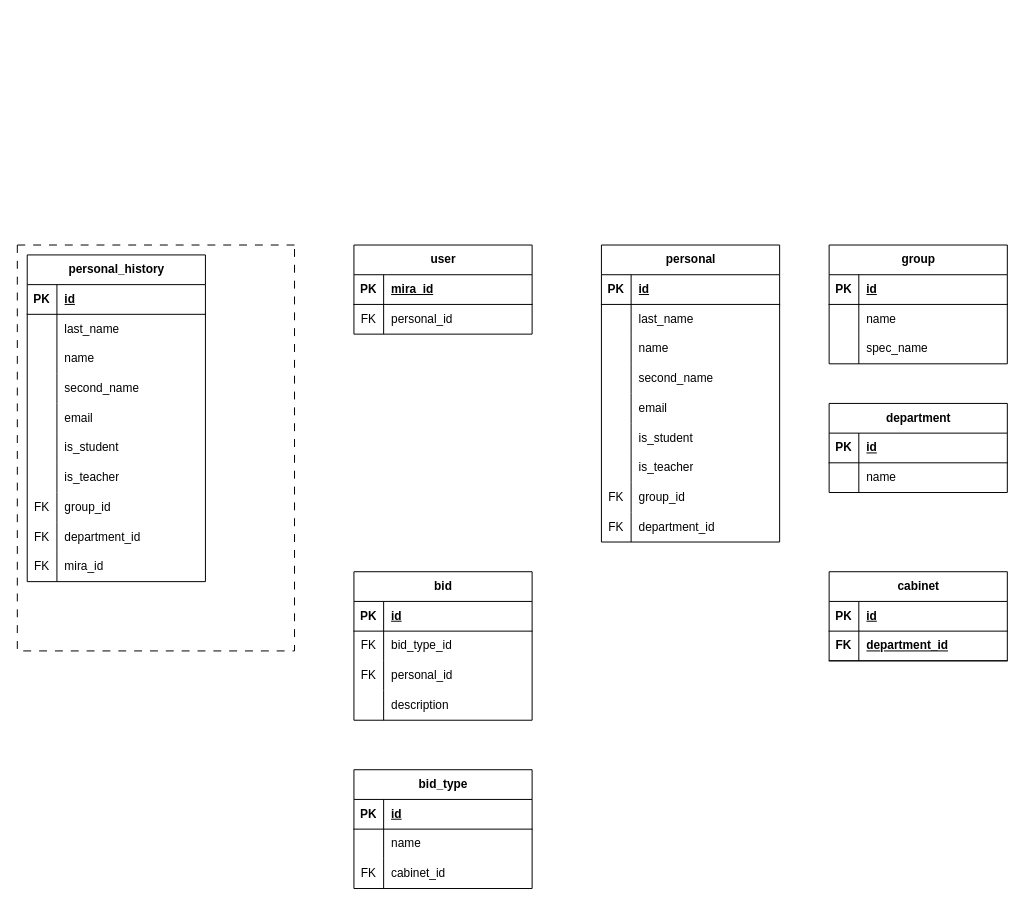
Before: support_enitity.drawio in RiotRebellion/drawio-assets, a draw.io diagram. Source tidied: cells renumbered, new cells numbered last; positions are measured from the earlier drawing's top-left corner, leaving out a move shared by most shapes. Both pictures are drawn from the tidied source at 99%, with x=0, y=0 at pixel (17, 245).
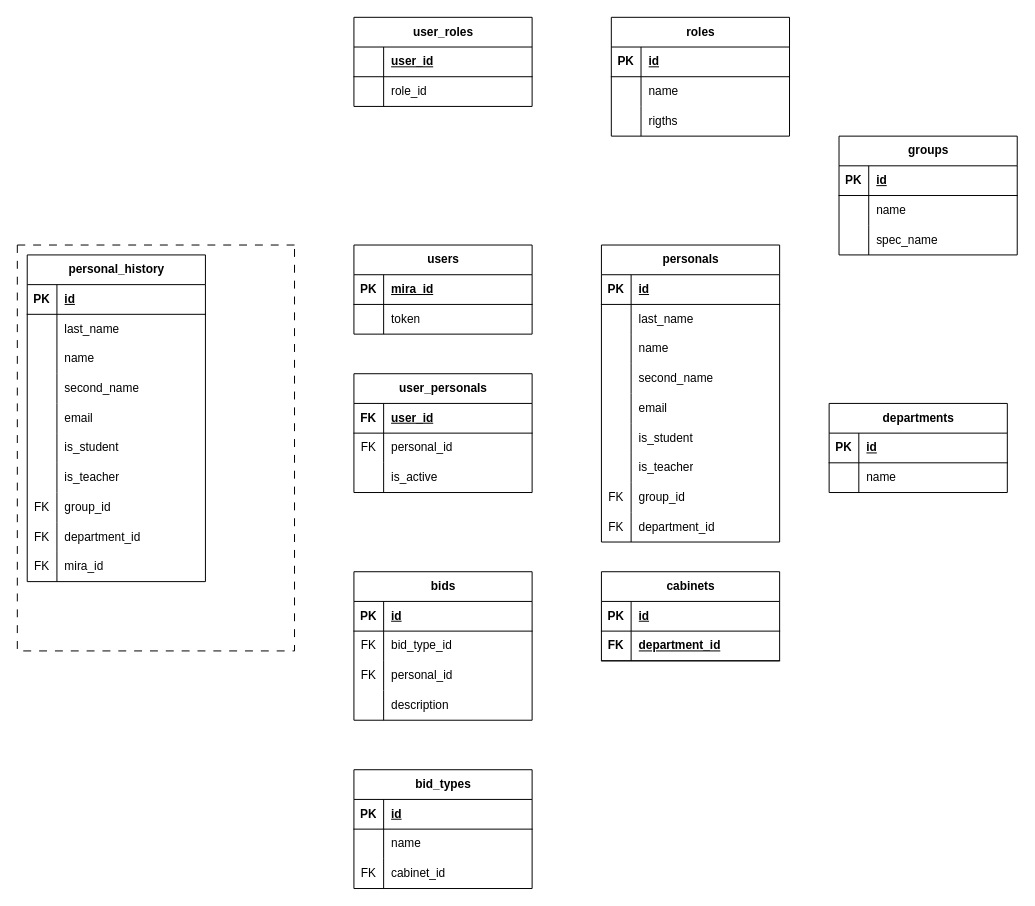
The same diagram, later.

The change refers to these unchanged cells:
```xml
<mxCell id="6" style="shape=tableRow;horizontal=0;startSize=0;swimlaneHead=0;swimlaneBody=0;fillColor=none;top=0;left=0;right=0;bottom=0;" parent="2" vertex="1">
  <mxGeometry y="60" width="180" height="30" as="geometry" />
</mxCell>
```

What changed in the source:
```diff
@@
-    <mxCell id="2" value="&lt;div&gt;user&lt;/div&gt;" style="shape=table;startSize=30;childLayout=tableLayout;rowLines=0;fontStyle=1;align=center;html=1;" parent="1" vertex="1">
+    <mxCell id="2" value="&lt;div&gt;users&lt;/div&gt;" style="shape=table;startSize=30;childLayout=tableLayout;rowLines=0;fontStyle=1;align=center;html=1;" parent="1" vertex="1">
       <mxGeometry x="340" width="180" height="90" as="geometry" />
     </mxCell>
@@
-    <mxCell id="7" value="FK" style="shape=partialRectangle;fillColor=none;top=0;left=0;bottom=0;right=0;overflow=hidden;whiteSpace=wrap;html=1;" parent="6" vertex="1">
+    <mxCell id="7" style="shape=partialRectangle;fillColor=none;top=0;left=0;bottom=0;right=0;overflow=hidden;whiteSpace=wrap;html=1;" parent="6" vertex="1">
       <mxGeometry width="30" height="30" as="geometry" />
     </mxCell>
-    <mxCell id="8" value="personal_id" style="shape=partialRectangle;fillColor=none;top=0;left=0;bottom=0;right=0;align=left;spacingLeft=6;overflow=hidden;whiteSpace=wrap;html=1;" parent="6" vertex="1">
+    <mxCell id="8" value="token" style="shape=partialRectangle;fillColor=none;top=0;left=0;bottom=0;right=0;align=left;spacingLeft=6;overflow=hidden;whiteSpace=wrap;html=1;" parent="6" vertex="1">
       <mxGeometry x="30" width="150" height="30" as="geometry" />
     </mxCell>
-    <mxCell id="9" value="personal" style="shape=table;startSize=30;childLayout=tableLayout;rowLines=0;fontStyle=1;align=center;html=1;" parent="1" vertex="1">
+    <mxCell id="9" value="personals" style="shape=table;startSize=30;childLayout=tableLayout;rowLines=0;fontStyle=1;align=center;html=1;" parent="1" vertex="1">
       <mxGeometry x="590" width="180" height="300" as="geometry" />
     </mxCell>
@@
-    <mxCell id="68" value="group" style="shape=table;startSize=30;childLayout=tableLayout;rowLines=0;fontStyle=1;align=center;html=1;" parent="1" vertex="1">
-      <mxGeometry x="820" width="180" height="120" as="geometry" />
+    <mxCell id="68" value="groups" style="shape=table;startSize=30;childLayout=tableLayout;rowLines=0;fontStyle=1;align=center;html=1;" parent="1" vertex="1">
+      <mxGeometry x="830" y="-110" width="180" height="120" as="geometry" />
     </mxCell>
@@
-    <mxCell id="78" value="department" style="shape=table;startSize=30;childLayout=tableLayout;rowLines=0;fontStyle=1;align=center;html=1;" parent="1" vertex="1">
+    <mxCell id="78" value="departments" style="shape=table;startSize=30;childLayout=tableLayout;rowLines=0;fontStyle=1;align=center;html=1;" parent="1" vertex="1">
       <mxGeometry x="820" y="160" width="180" height="90" as="geometry" />
     </mxCell>
@@
-    <mxCell id="86" value="bid" style="shape=table;startSize=30;childLayout=tableLayout;rowLines=0;fontStyle=1;align=center;html=1;" parent="1" vertex="1">
+    <mxCell id="86" value="bids" style="shape=table;startSize=30;childLayout=tableLayout;rowLines=0;fontStyle=1;align=center;html=1;" parent="1" vertex="1">
       <mxGeometry x="340" y="330" width="180" height="150" as="geometry" />
     </mxCell>
@@
-    <mxCell id="99" value="bid_type" style="shape=table;startSize=30;childLayout=tableLayout;rowLines=0;fontStyle=1;align=center;html=1;" parent="1" vertex="1">
+    <mxCell id="99" value="bid_types" style="shape=table;startSize=30;childLayout=tableLayout;rowLines=0;fontStyle=1;align=center;html=1;" parent="1" vertex="1">
       <mxGeometry x="340" y="530" width="180" height="120" as="geometry" />
     </mxCell>
@@
-    <mxCell id="109" value="cabinet" style="shape=table;startSize=30;childLayout=tableLayout;rowLines=0;fontStyle=1;align=center;html=1;" parent="1" vertex="1">
-      <mxGeometry x="820" y="330" width="180" height="90" as="geometry" />
+    <mxCell id="109" value="cabinets" style="shape=table;startSize=30;childLayout=tableLayout;rowLines=0;fontStyle=1;align=center;html=1;" parent="1" vertex="1">
+      <mxGeometry x="590" y="330" width="180" height="90" as="geometry" />
     </mxCell>
@@
+    <mxCell id="116" value="&lt;div&gt;roles&lt;/div&gt;" style="shape=table;startSize=30;childLayout=tableLayout;rowLines=0;fontStyle=1;align=center;html=1;" parent="1" vertex="1">
+      <mxGeometry x="600" y="-230" width="180" height="120" as="geometry" />
+    </mxCell>
+    <mxCell id="117" style="shape=tableRow;horizontal=0;startSize=0;swimlaneHead=0;swimlaneBody=0;fillColor=none;top=0;left=0;right=0;bottom=1;" parent="116" vertex="1">
+      <mxGeometry y="30" width="180" height="30" as="geometry" />
+    </mxCell>
+    <mxCell id="118" value="PK" style="shape=partialRectangle;fillColor=none;top=0;left=0;bottom=0;right=0;fontStyle=1;overflow=hidden;whiteSpace=wrap;html=1;" parent="117" vertex="1">
+      <mxGeometry width="30" height="30" as="geometry" />
+    </mxCell>
+    <mxCell id="119" value="id" style="shape=partialRectangle;fillColor=none;top=0;left=0;bottom=0;right=0;align=left;spacingLeft=6;fontStyle=5;overflow=hidden;whiteSpace=wrap;html=1;" parent="117" vertex="1">
+      <mxGeometry x="30" width="150" height="30" as="geometry" />
+    </mxCell>
+    <mxCell id="120" style="shape=tableRow;horizontal=0;startSize=0;swimlaneHead=0;swimlaneBody=0;fillColor=none;top=0;left=0;right=0;bottom=0;" parent="116" vertex="1">
+      <mxGeometry y="60" width="180" height="30" as="geometry" />
+    </mxCell>
+    <mxCell id="121" style="shape=partialRectangle;fillColor=none;top=0;left=0;bottom=0;right=0;overflow=hidden;whiteSpace=wrap;html=1;" parent="120" vertex="1">
+      <mxGeometry width="30" height="30" as="geometry" />
+    </mxCell>
+    <mxCell id="122" value="name" style="shape=partialRectangle;fillColor=none;top=0;left=0;bottom=0;right=0;align=left;spacingLeft=6;overflow=hidden;whiteSpace=wrap;html=1;" parent="120" vertex="1">
+      <mxGeometry x="30" width="150" height="30" as="geometry" />
+    </mxCell>
+    <mxCell id="123" style="shape=tableRow;horizontal=0;startSize=0;swimlaneHead=0;swimlaneBody=0;fillColor=none;top=0;left=0;right=0;bottom=0;" parent="116" vertex="1">
+      <mxGeometry y="90" width="180" height="30" as="geometry" />
+    </mxCell>
+    <mxCell id="124" style="shape=partialRectangle;fillColor=none;top=0;left=0;bottom=0;right=0;overflow=hidden;whiteSpace=wrap;html=1;" parent="123" vertex="1">
+      <mxGeometry width="30" height="30" as="geometry" />
+    </mxCell>
+    <mxCell id="125" value="&lt;div&gt;rigths&lt;/div&gt;" style="shape=partialRectangle;fillColor=none;top=0;left=0;bottom=0;right=0;align=left;spacingLeft=6;overflow=hidden;whiteSpace=wrap;html=1;" parent="123" vertex="1">
+      <mxGeometry x="30" width="150" height="30" as="geometry" />
+    </mxCell>
+    <mxCell id="126" value="user_roles" style="shape=table;startSize=30;childLayout=tableLayout;rowLines=0;fontStyle=1;align=center;html=1;" parent="1" vertex="1">
+      <mxGeometry x="340" y="-230" width="180" height="90" as="geometry" />
+    </mxCell>
+    <mxCell id="127" style="shape=tableRow;horizontal=0;startSize=0;swimlaneHead=0;swimlaneBody=0;fillColor=none;top=0;left=0;right=0;bottom=1;" parent="126" vertex="1">
+      <mxGeometry y="30" width="180" height="30" as="geometry" />
+    </mxCell>
+    <mxCell id="128" style="shape=partialRectangle;fillColor=none;top=0;left=0;bottom=0;right=0;fontStyle=1;overflow=hidden;whiteSpace=wrap;html=1;" parent="127" vertex="1">
+      <mxGeometry width="30" height="30" as="geometry" />
+    </mxCell>
+    <mxCell id="129" value="user_id" style="shape=partialRectangle;fillColor=none;top=0;left=0;bottom=0;right=0;align=left;spacingLeft=6;fontStyle=5;overflow=hidden;whiteSpace=wrap;html=1;" parent="127" vertex="1">
+      <mxGeometry x="30" width="150" height="30" as="geometry" />
+    </mxCell>
+    <mxCell id="130" style="shape=tableRow;horizontal=0;startSize=0;swimlaneHead=0;swimlaneBody=0;fillColor=none;top=0;left=0;right=0;bottom=0;" parent="126" vertex="1">
+      <mxGeometry y="60" width="180" height="30" as="geometry" />
+    </mxCell>
+    <mxCell id="131" style="shape=partialRectangle;fillColor=none;top=0;left=0;bottom=0;right=0;overflow=hidden;whiteSpace=wrap;html=1;" parent="130" vertex="1">
+      <mxGeometry width="30" height="30" as="geometry" />
+    </mxCell>
+    <mxCell id="132" value="role_id" style="shape=partialRectangle;fillColor=none;top=0;left=0;bottom=0;right=0;align=left;spacingLeft=6;overflow=hidden;whiteSpace=wrap;html=1;" parent="130" vertex="1">
+      <mxGeometry x="30" width="150" height="30" as="geometry" />
+    </mxCell>
+    <mxCell id="133" value="&lt;div&gt;user_personals&lt;/div&gt;" style="shape=table;startSize=30;childLayout=tableLayout;rowLines=0;fontStyle=1;align=center;html=1;" parent="1" vertex="1">
+      <mxGeometry x="340" y="130" width="180" height="120" as="geometry" />
+    </mxCell>
+    <mxCell id="134" style="shape=tableRow;horizontal=0;startSize=0;swimlaneHead=0;swimlaneBody=0;fillColor=none;top=0;left=0;right=0;bottom=1;" parent="133" vertex="1">
+      <mxGeometry y="30" width="180" height="30" as="geometry" />
+    </mxCell>
+    <mxCell id="135" value="FK" style="shape=partialRectangle;fillColor=none;top=0;left=0;bottom=0;right=0;fontStyle=1;overflow=hidden;whiteSpace=wrap;html=1;" parent="134" vertex="1">
+      <mxGeometry width="30" height="30" as="geometry" />
+    </mxCell>
+    <mxCell id="136" value="user_id" style="shape=partialRectangle;fillColor=none;top=0;left=0;bottom=0;right=0;align=left;spacingLeft=6;fontStyle=5;overflow=hidden;whiteSpace=wrap;html=1;" parent="134" vertex="1">
+      <mxGeometry x="30" width="150" height="30" as="geometry" />
+    </mxCell>
+    <mxCell id="137" style="shape=tableRow;horizontal=0;startSize=0;swimlaneHead=0;swimlaneBody=0;fillColor=none;top=0;left=0;right=0;bottom=0;" parent="133" vertex="1">
+      <mxGeometry y="60" width="180" height="30" as="geometry" />
+    </mxCell>
+    <mxCell id="138" value="FK" style="shape=partialRectangle;fillColor=none;top=0;left=0;bottom=0;right=0;overflow=hidden;whiteSpace=wrap;html=1;" parent="137" vertex="1">
+      <mxGeometry width="30" height="30" as="geometry" />
+    </mxCell>
+    <mxCell id="139" value="personal_id" style="shape=partialRectangle;fillColor=none;top=0;left=0;bottom=0;right=0;align=left;spacingLeft=6;overflow=hidden;whiteSpace=wrap;html=1;" parent="137" vertex="1">
+      <mxGeometry x="30" width="150" height="30" as="geometry" />
+    </mxCell>
+    <mxCell id="140" style="shape=tableRow;horizontal=0;startSize=0;swimlaneHead=0;swimlaneBody=0;fillColor=none;top=0;left=0;right=0;bottom=0;" parent="133" vertex="1">
+      <mxGeometry y="90" width="180" height="30" as="geometry" />
+    </mxCell>
+    <mxCell id="141" style="shape=partialRectangle;fillColor=none;top=0;left=0;bottom=0;right=0;overflow=hidden;whiteSpace=wrap;html=1;" parent="140" vertex="1">
+      <mxGeometry width="30" height="30" as="geometry" />
+    </mxCell>
+    <mxCell id="142" value="is_active" style="shape=partialRectangle;fillColor=none;top=0;left=0;bottom=0;right=0;align=left;spacingLeft=6;overflow=hidden;whiteSpace=wrap;html=1;" parent="140" vertex="1">
+      <mxGeometry x="30" width="150" height="30" as="geometry" />
+    </mxCell>
```
